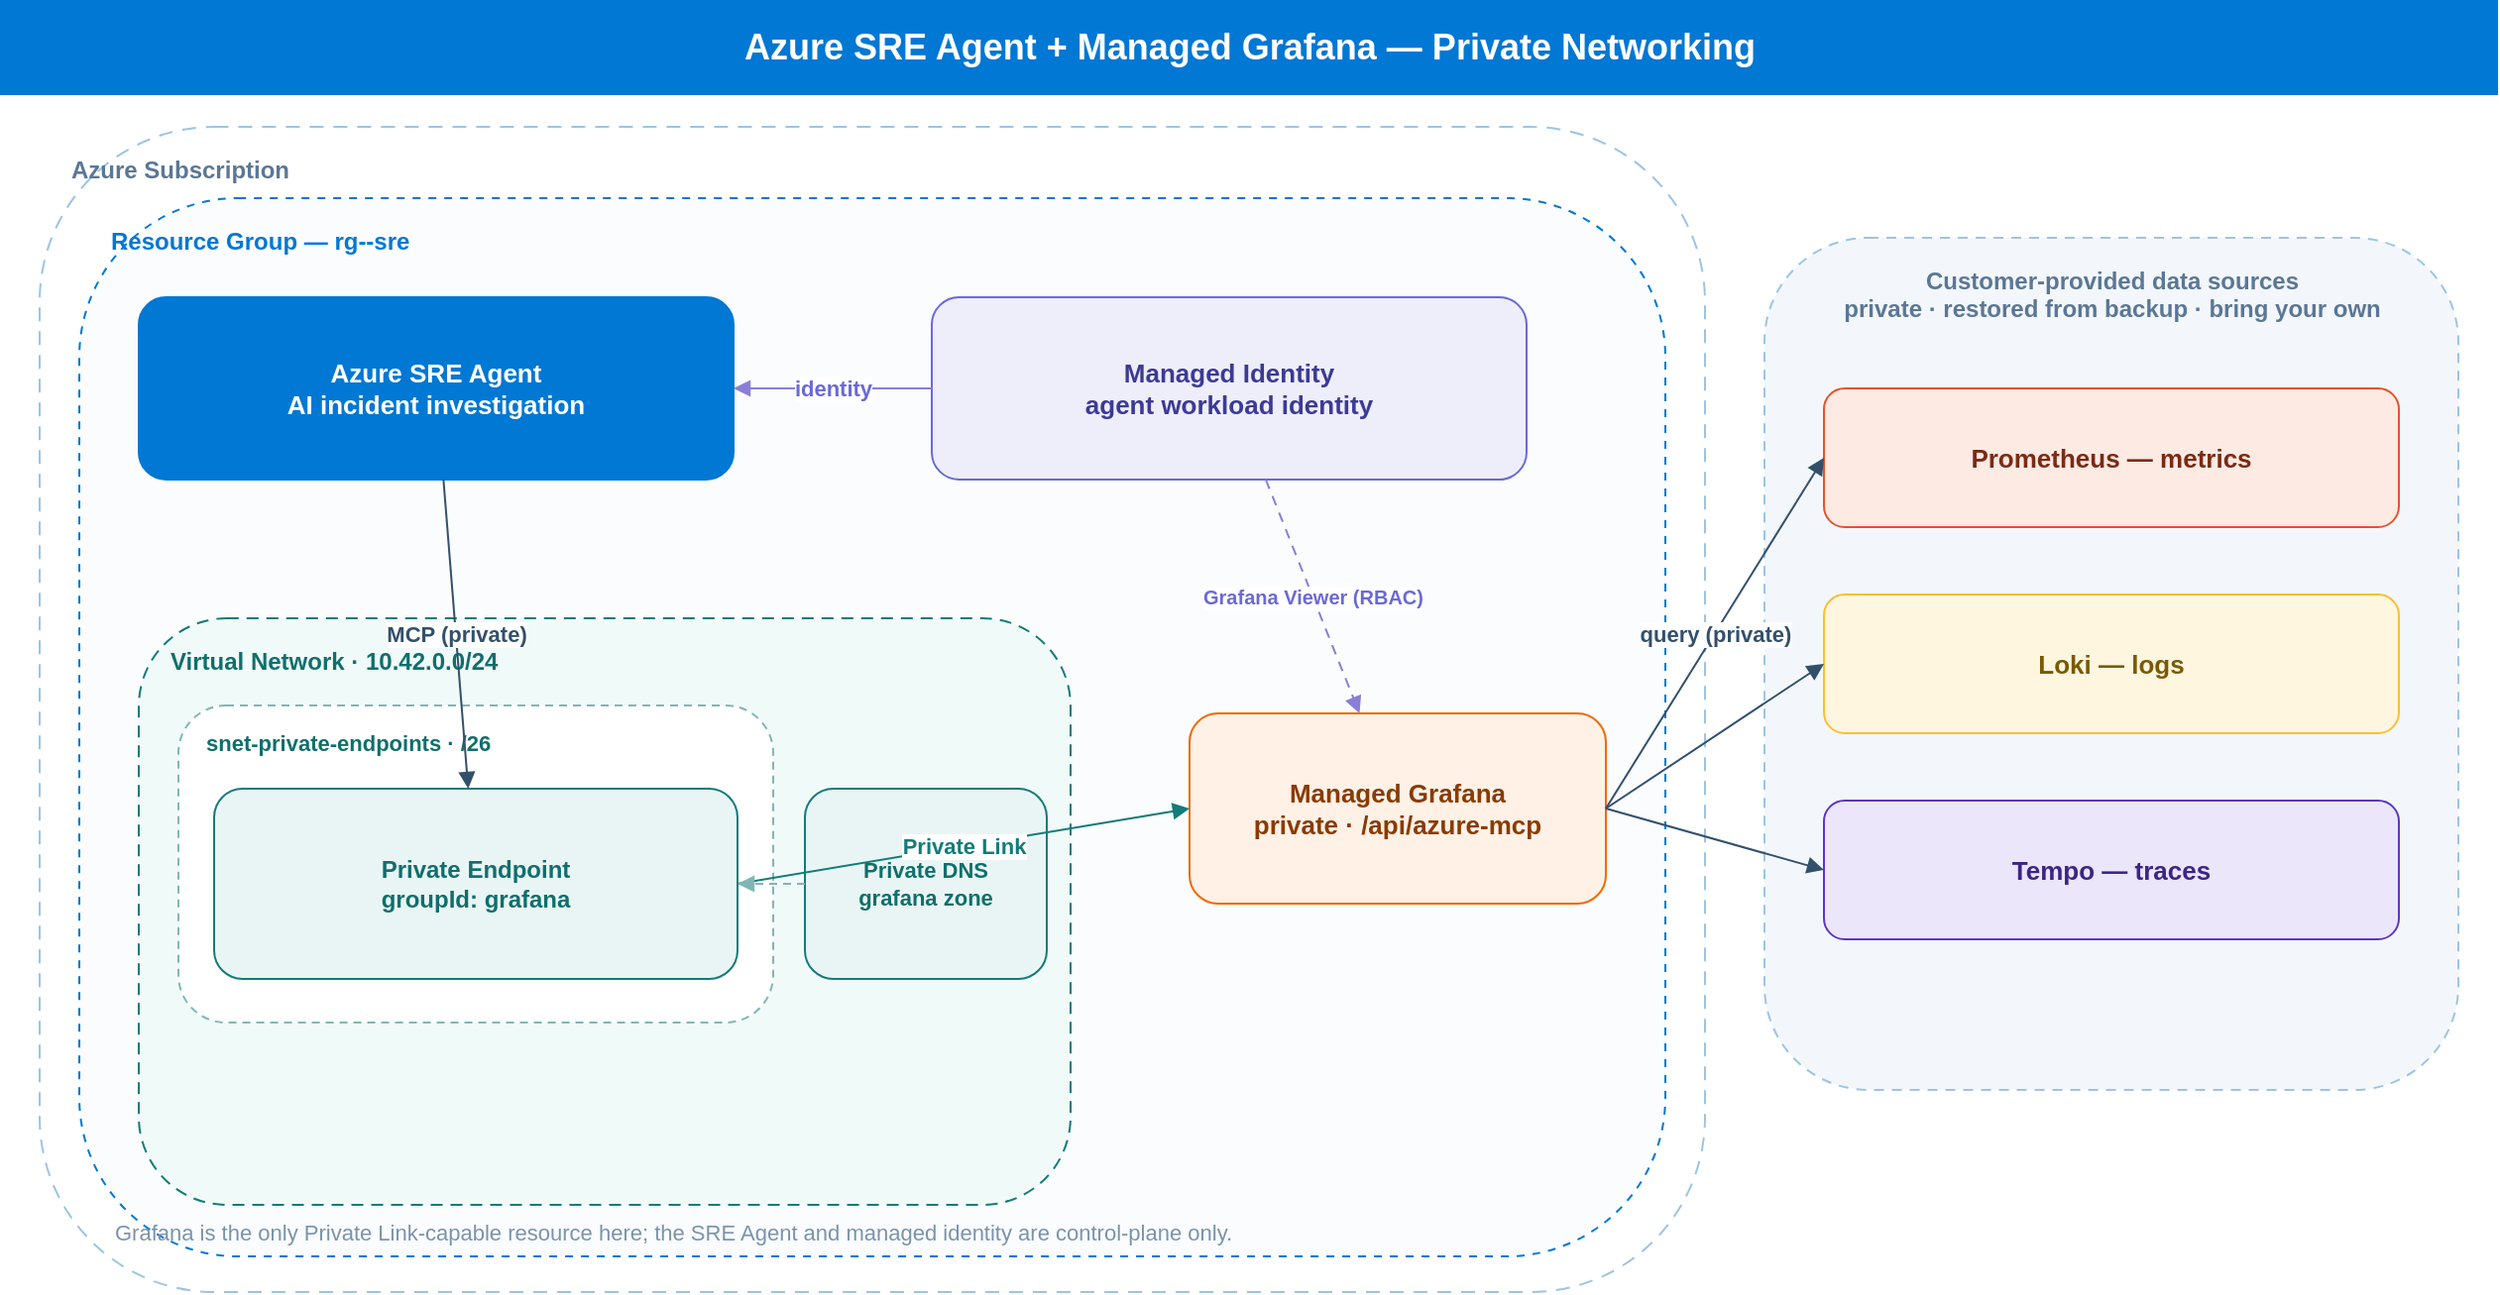
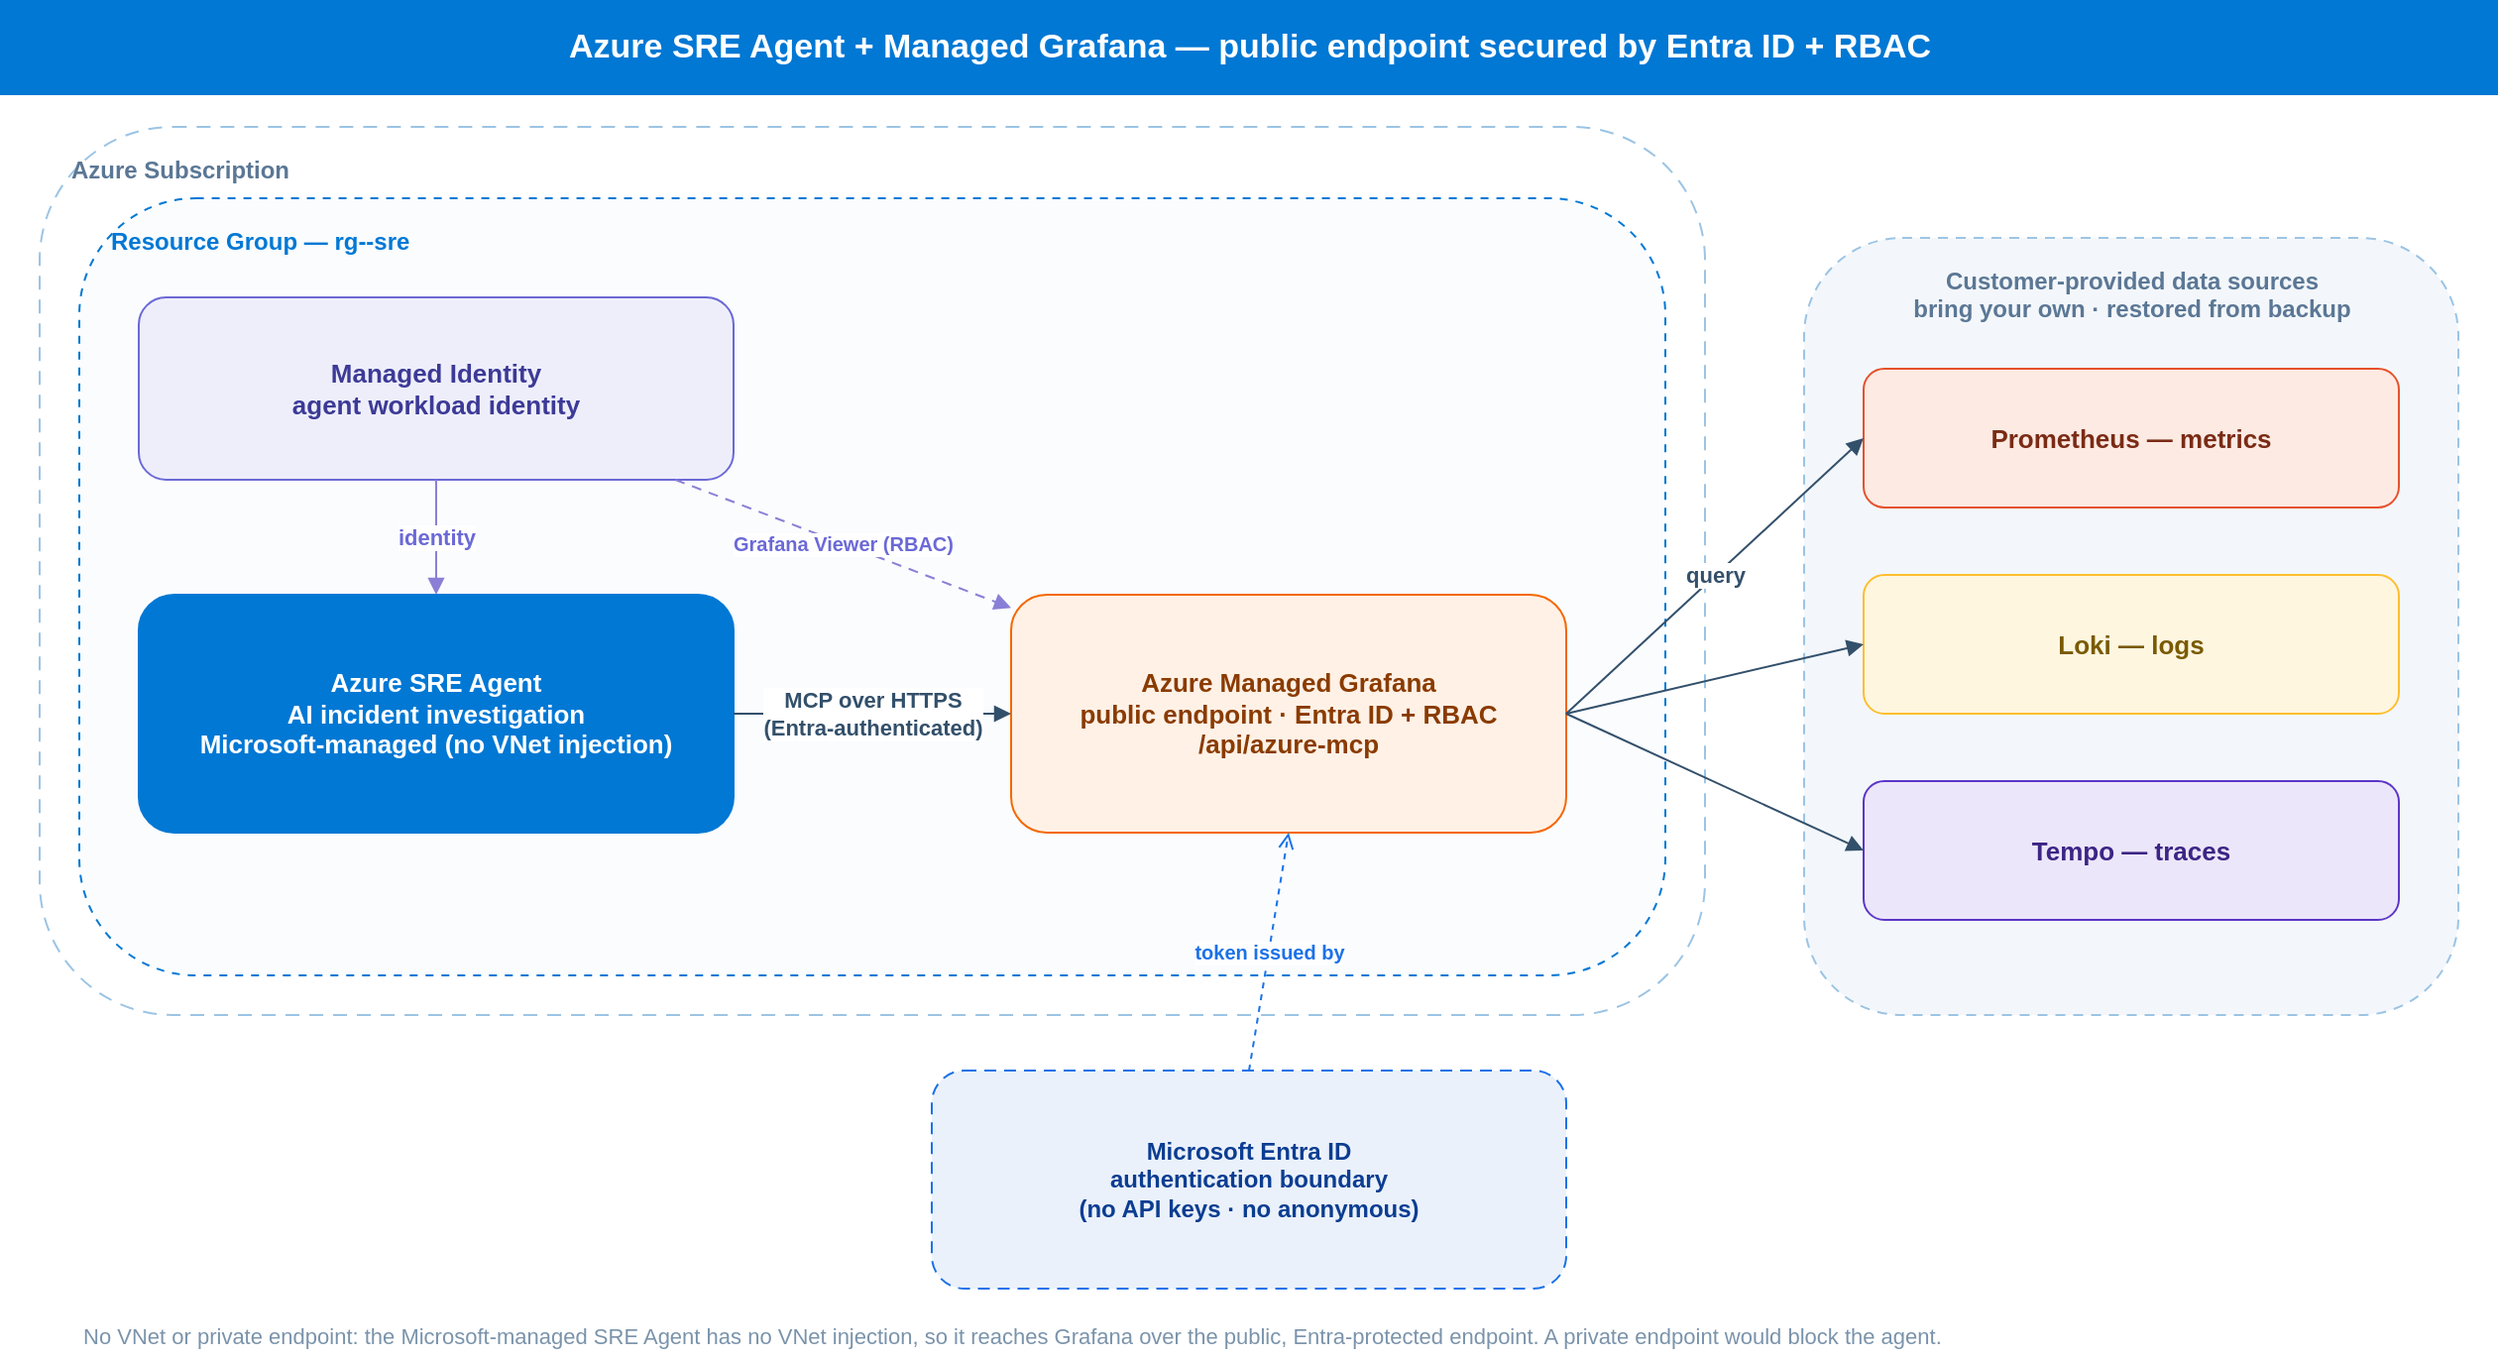
<mxfile host="app.diagrams.net" agent="azure-sre-agent-grafana" version="24.7.17">
-   <diagram id="sre-grafana-private" name="SRE Agent + Grafana (private)">
-     <mxGraphModel dx="1260" dy="680" grid="1" gridSize="10" guides="1" tooltips="1" connect="1" arrows="1" fold="1" page="1" pageScale="1" pageWidth="1260" pageHeight="680" math="0" shadow="0">
+   <diagram id="sre-grafana-public-entra" name="SRE Agent + Grafana (public + Entra/RBAC)">
+     <mxGraphModel dx="1260" dy="700" grid="1" gridSize="10" guides="1" tooltips="1" connect="1" arrows="1" fold="1" page="1" pageScale="1" pageWidth="1260" pageHeight="700" math="0" shadow="0">
      <root>
        <mxCell id="0" />
        <mxCell id="1" parent="0" />

-         <mxCell id="title" value="Azure SRE Agent + Managed Grafana — Private Networking" style="text;html=1;align=center;verticalAlign=middle;fontSize=18;fontStyle=1;fontColor=#ffffff;fillColor=#0078D4;strokeColor=none;" vertex="1" parent="1">
+         <mxCell id="title" value="Azure SRE Agent + Managed Grafana — public endpoint secured by Entra ID + RBAC" style="text;html=1;align=center;verticalAlign=middle;fontSize=17;fontStyle=1;fontColor=#ffffff;fillColor=#0078D4;strokeColor=none;" vertex="1" parent="1">
          <mxGeometry x="0" y="0" width="1260" height="48" as="geometry" />
        </mxCell>

+         <mxCell id="entra" value="Microsoft Entra ID&#10;authentication boundary&#10;(no API keys · no anonymous)" style="rounded=1;html=1;whiteSpace=wrap;fillColor=#EAF1FB;strokeColor=#1B72E8;fontColor=#0b3d91;fontSize=12;fontStyle=1;dashed=1;dashPattern=6 4;" vertex="1" parent="1">
+           <mxGeometry x="470" y="540" width="320" height="110" as="geometry" />
+         </mxCell>
+ 
        <mxCell id="sub" value="Azure Subscription" style="rounded=1;html=1;dashed=1;dashPattern=7 5;strokeColor=#9CC4E4;fillColor=none;verticalAlign=top;align=left;spacingLeft=14;spacingTop=8;fontColor=#5b7795;fontSize=12;fontStyle=1;" vertex="1" parent="1">
-           <mxGeometry x="20" y="64" width="840" height="588" as="geometry" />
+           <mxGeometry x="20" y="64" width="840" height="448" as="geometry" />
        </mxCell>
        <mxCell id="rg" value="Resource Group — rg-&lt;env&gt;-sre" style="rounded=1;html=1;dashed=1;dashPattern=4 4;strokeColor=#0078D4;fillColor=#FAFCFE;verticalAlign=top;align=left;spacingLeft=14;spacingTop=8;fontColor=#0078D4;fontSize=12;fontStyle=1;" vertex="1" parent="1">
-           <mxGeometry x="40" y="100" width="800" height="534" as="geometry" />
+           <mxGeometry x="40" y="100" width="800" height="392" as="geometry" />
        </mxCell>

-         <mxCell id="agent" value="Azure SRE Agent&#10;AI incident investigation" style="rounded=1;html=1;whiteSpace=wrap;fillColor=#0078D4;strokeColor=#0078D4;fontColor=#ffffff;fontSize=13;fontStyle=1;" vertex="1" parent="1">
+         <mxCell id="mi" value="Managed Identity&#10;agent workload identity" style="rounded=1;html=1;whiteSpace=wrap;fillColor=#EEEEFB;strokeColor=#6B69D6;fontColor=#3c3a96;fontSize=13;fontStyle=1;" vertex="1" parent="1">
          <mxGeometry x="70" y="150" width="300" height="92" as="geometry" />
        </mxCell>
-         <mxCell id="mi" value="Managed Identity&#10;agent workload identity" style="rounded=1;html=1;whiteSpace=wrap;fillColor=#EEEEFB;strokeColor=#6B69D6;fontColor=#3c3a96;fontSize=13;fontStyle=1;" vertex="1" parent="1">
-           <mxGeometry x="470" y="150" width="300" height="92" as="geometry" />
+         <mxCell id="agent" value="Azure SRE Agent&#10;AI incident investigation&#10;Microsoft-managed (no VNet injection)" style="rounded=1;html=1;whiteSpace=wrap;fillColor=#0078D4;strokeColor=#0078D4;fontColor=#ffffff;fontSize=13;fontStyle=1;" vertex="1" parent="1">
+           <mxGeometry x="70" y="300" width="300" height="120" as="geometry" />
+         </mxCell>
+         <mxCell id="grafana" value="Azure Managed Grafana&#10;public endpoint · Entra ID + RBAC&#10;/api/azure-mcp" style="rounded=1;html=1;whiteSpace=wrap;fillColor=#FFF1E6;strokeColor=#F46800;fontColor=#8a3b00;fontSize=13;fontStyle=1;" vertex="1" parent="1">
+           <mxGeometry x="510" y="300" width="280" height="120" as="geometry" />
        </mxCell>

-         <mxCell id="vnet" value="Virtual Network · 10.42.0.0/24" style="rounded=1;html=1;dashed=1;dashPattern=6 4;strokeColor=#127c79;fillColor=#F0FAF9;verticalAlign=top;align=left;spacingLeft=14;spacingTop=8;fontColor=#0f6f6c;fontSize=12;fontStyle=1;" vertex="1" parent="1">
-           <mxGeometry x="70" y="312" width="470" height="296" as="geometry" />
+         <mxCell id="ds" value="Customer-provided data sources&#10;bring your own · restored from backup" style="rounded=1;html=1;dashed=1;dashPattern=5 4;strokeColor=#9CC4E4;fillColor=#F3F7FB;verticalAlign=top;align=center;spacingTop=8;fontColor=#5b7795;fontSize=12;fontStyle=1;" vertex="1" parent="1">
+           <mxGeometry x="910" y="120" width="330" height="392" as="geometry" />
        </mxCell>
-         <mxCell id="subnet" value="snet-private-endpoints · /26" style="rounded=1;html=1;dashed=1;dashPattern=4 3;strokeColor=#7fb7b5;fillColor=#FFFFFF;verticalAlign=top;align=left;spacingLeft=12;spacingTop=6;fontColor=#0f6f6c;fontSize=11;fontStyle=1;" vertex="1" parent="1">
-           <mxGeometry x="90" y="356" width="300" height="160" as="geometry" />
+         <mxCell id="prom" value="Prometheus — metrics" style="rounded=1;html=1;whiteSpace=wrap;fillColor=#FDEAE3;strokeColor=#E6522C;fontColor=#7a2b15;fontSize=13;fontStyle=1;" vertex="1" parent="1">
+           <mxGeometry x="940" y="186" width="270" height="70" as="geometry" />
        </mxCell>
-         <mxCell id="pe" value="Private Endpoint&#10;groupId: grafana" style="rounded=1;html=1;whiteSpace=wrap;fillColor=#E9F5F4;strokeColor=#127c79;fontColor=#0f6f6c;fontSize=12;fontStyle=1;" vertex="1" parent="1">
-           <mxGeometry x="108" y="398" width="264" height="96" as="geometry" />
+         <mxCell id="loki" value="Loki — logs" style="rounded=1;html=1;whiteSpace=wrap;fillColor=#FFF6E0;strokeColor=#FEBE2E;fontColor=#7a5a00;fontSize=13;fontStyle=1;" vertex="1" parent="1">
+           <mxGeometry x="940" y="290" width="270" height="70" as="geometry" />
        </mxCell>
-         <mxCell id="dns" value="Private DNS&#10;grafana zone" style="rounded=1;html=1;whiteSpace=wrap;fillColor=#E9F5F4;strokeColor=#127c79;fontColor=#0f6f6c;fontSize=11;fontStyle=1;" vertex="1" parent="1">
-           <mxGeometry x="406" y="398" width="122" height="96" as="geometry" />
+         <mxCell id="tempo" value="Tempo — traces" style="rounded=1;html=1;whiteSpace=wrap;fillColor=#ECE6FA;strokeColor=#5C36C6;fontColor=#3c2585;fontSize=13;fontStyle=1;" vertex="1" parent="1">
+           <mxGeometry x="940" y="394" width="270" height="70" as="geometry" />
        </mxCell>

-         <mxCell id="grafana" value="Managed Grafana&#10;private · /api/azure-mcp" style="rounded=1;html=1;whiteSpace=wrap;fillColor=#FFF1E6;strokeColor=#F46800;fontColor=#8a3b00;fontSize=13;fontStyle=1;" vertex="1" parent="1">
-           <mxGeometry x="600" y="360" width="210" height="96" as="geometry" />
-         </mxCell>
- 
-         <mxCell id="ds" value="Customer-provided data sources&#10;private · restored from backup · bring your own" style="rounded=1;html=1;dashed=1;dashPattern=5 4;strokeColor=#9CC4E4;fillColor=#F3F7FB;verticalAlign=top;align=center;spacingTop=8;fontColor=#5b7795;fontSize=12;fontStyle=1;" vertex="1" parent="1">
-           <mxGeometry x="890" y="120" width="350" height="430" as="geometry" />
-         </mxCell>
-         <mxCell id="prom" value="Prometheus — metrics" style="rounded=1;html=1;whiteSpace=wrap;fillColor=#FDEAE3;strokeColor=#E6522C;fontColor=#7a2b15;fontSize=13;fontStyle=1;" vertex="1" parent="1">
-           <mxGeometry x="920" y="196" width="290" height="70" as="geometry" />
-         </mxCell>
-         <mxCell id="loki" value="Loki — logs" style="rounded=1;html=1;whiteSpace=wrap;fillColor=#FFF6E0;strokeColor=#FEBE2E;fontColor=#7a5a00;fontSize=13;fontStyle=1;" vertex="1" parent="1">
-           <mxGeometry x="920" y="300" width="290" height="70" as="geometry" />
-         </mxCell>
-         <mxCell id="tempo" value="Tempo — traces" style="rounded=1;html=1;whiteSpace=wrap;fillColor=#ECE6FA;strokeColor=#5C36C6;fontColor=#3c2585;fontSize=13;fontStyle=1;" vertex="1" parent="1">
-           <mxGeometry x="920" y="404" width="290" height="70" as="geometry" />
-         </mxCell>
- 
-         <mxCell id="e_pe_grafana" value="Private Link" style="endArrow=block;html=1;rounded=0;strokeColor=#127c79;fontColor=#127c79;fontSize=11;fontStyle=1;exitX=1;exitY=0.5;exitDx=0;exitDy=0;entryX=0;entryY=0.5;entryDx=0;entryDy=0;" edge="1" parent="1" source="pe" target="grafana">
-           <mxGeometry relative="1" as="geometry" />
-         </mxCell>
-         <mxCell id="e_dns_pe" style="endArrow=block;html=1;rounded=0;dashed=1;dashPattern=4 3;strokeColor=#7fb7b5;exitX=0;exitY=0.5;exitDx=0;exitDy=0;entryX=1;entryY=0.5;entryDx=0;entryDy=0;" edge="1" parent="1" source="dns" target="pe">
-           <mxGeometry relative="1" as="geometry" />
-         </mxCell>
-         <mxCell id="e_agent_grafana" value="MCP (private)" style="endArrow=block;html=1;rounded=1;strokeColor=#33506b;fontColor=#33506b;fontSize=11;fontStyle=1;" edge="1" parent="1" source="agent" target="pe">
-           <mxGeometry relative="1" as="geometry" />
-         </mxCell>
-         <mxCell id="e_mi_agent" value="identity" style="endArrow=block;html=1;rounded=0;strokeColor=#8a7fd6;fontColor=#6B69D6;fontSize=11;fontStyle=1;" edge="1" parent="1" source="mi" target="agent">
+         <mxCell id="e_mi_agent" value="identity" style="endArrow=block;html=1;rounded=0;strokeColor=#8a7fd6;fontColor=#6B69D6;fontSize=11;fontStyle=1;exitX=0.5;exitY=1;exitDx=0;exitDy=0;entryX=0.5;entryY=0;entryDx=0;entryDy=0;" edge="1" parent="1" source="mi" target="agent">
          <mxGeometry relative="1" as="geometry" />
        </mxCell>
        <mxCell id="e_mi_grafana" value="Grafana Viewer (RBAC)" style="endArrow=block;html=1;rounded=1;dashed=1;dashPattern=5 4;strokeColor=#8a7fd6;fontColor=#6B69D6;fontSize=10;fontStyle=1;" edge="1" parent="1" source="mi" target="grafana">
          <mxGeometry relative="1" as="geometry" />
        </mxCell>
-         <mxCell id="e_grafana_prom" value="query (private)" style="endArrow=block;html=1;rounded=1;strokeColor=#33506b;fontColor=#33506b;fontSize=11;fontStyle=1;exitX=1;exitY=0.5;exitDx=0;exitDy=0;entryX=0;entryY=0.5;entryDx=0;entryDy=0;" edge="1" parent="1" source="grafana" target="prom">
+         <mxCell id="e_agent_grafana" value="MCP over HTTPS&#10;(Entra-authenticated)" style="endArrow=block;html=1;rounded=1;strokeColor=#33506b;fontColor=#33506b;fontSize=11;fontStyle=1;exitX=1;exitY=0.5;exitDx=0;exitDy=0;entryX=0;entryY=0.5;entryDx=0;entryDy=0;" edge="1" parent="1" source="agent" target="grafana">
+           <mxGeometry relative="1" as="geometry" />
+         </mxCell>
+         <mxCell id="e_entra_link" value="token issued by" style="endArrow=open;html=1;rounded=1;dashed=1;dashPattern=3 3;strokeColor=#1B72E8;fontColor=#1B72E8;fontSize=10;fontStyle=1;exitX=0.5;exitY=0;exitDx=0;exitDy=0;entryX=0.5;entryY=1;entryDx=0;entryDy=0;" edge="1" parent="1" source="entra" target="grafana">
+           <mxGeometry relative="1" as="geometry" />
+         </mxCell>
+         <mxCell id="e_grafana_prom" value="query" style="endArrow=block;html=1;rounded=1;strokeColor=#33506b;fontColor=#33506b;fontSize=11;fontStyle=1;exitX=1;exitY=0.5;exitDx=0;exitDy=0;entryX=0;entryY=0.5;entryDx=0;entryDy=0;" edge="1" parent="1" source="grafana" target="prom">
          <mxGeometry relative="1" as="geometry" />
        </mxCell>
        <mxCell id="e_grafana_loki" style="endArrow=block;html=1;rounded=1;strokeColor=#33506b;exitX=1;exitY=0.5;exitDx=0;exitDy=0;entryX=0;entryY=0.5;entryDx=0;entryDy=0;" edge="1" parent="1" source="grafana" target="loki">
          <mxGeometry relative="1" as="geometry" />
        </mxCell>
        <mxCell id="e_grafana_tempo" style="endArrow=block;html=1;rounded=1;strokeColor=#33506b;exitX=1;exitY=0.5;exitDx=0;exitDy=0;entryX=0;entryY=0.5;entryDx=0;entryDy=0;" edge="1" parent="1" source="grafana" target="tempo">
          <mxGeometry relative="1" as="geometry" />
        </mxCell>

-         <mxCell id="note" value="Grafana is the only Private Link-capable resource here; the SRE Agent and managed identity are control-plane only." style="text;html=1;align=left;verticalAlign=middle;fontColor=#7a93ab;fontSize=11;" vertex="1" parent="1">
-           <mxGeometry x="56" y="612" width="780" height="20" as="geometry" />
+         <mxCell id="note" value="No VNet or private endpoint: the Microsoft-managed SRE Agent has no VNet injection, so it reaches Grafana over the public, Entra-protected endpoint. A private endpoint would block the agent." style="text;html=1;align=left;verticalAlign=middle;fontColor=#7a93ab;fontSize=11;" vertex="1" parent="1">
+           <mxGeometry x="40" y="664" width="1180" height="20" as="geometry" />
        </mxCell>
      </root>
    </mxGraphModel>
  </diagram>
</mxfile>
